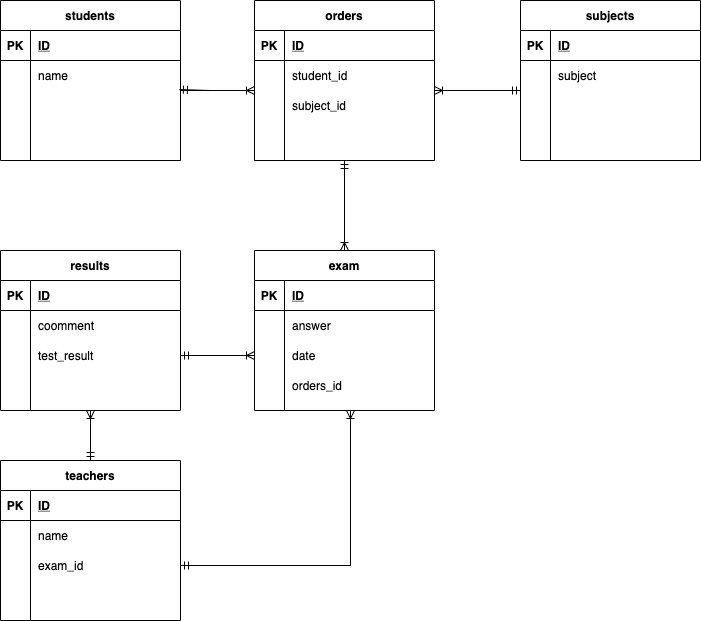
Above: index.drawio.png in sakakurahayato/2021-11-17 (draw.io), before the change. Source tidied: cells renumbered, new cells last; positions are measured from the earlier drawing's top-left corner, leaving out a move shared by most shapes.
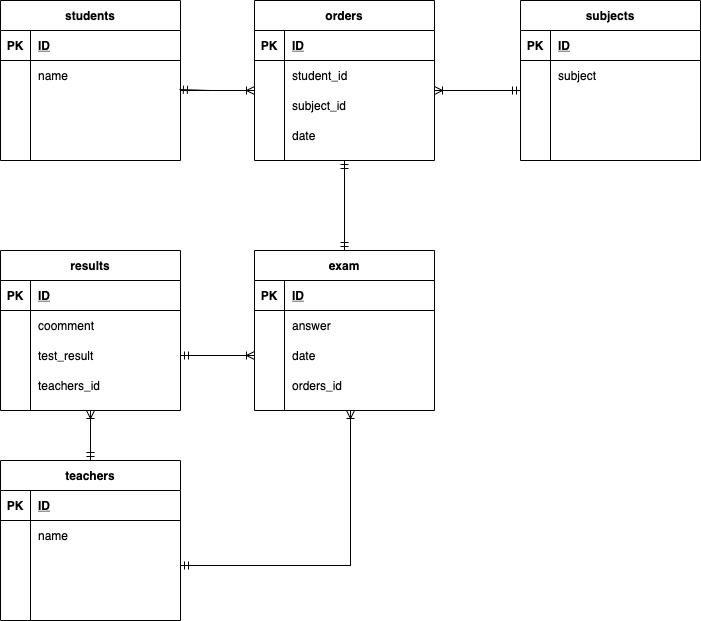
After the change.

What changed in the source:
```diff
@@ -77,7 +77,7 @@
     <mxCell id="26" style="shape=partialRectangle;fillColor=none;top=0;left=0;bottom=0;right=0;overflow=hidden;" parent="25" vertex="1">
       <mxGeometry width="30" height="30" as="geometry" />
     </mxCell>
-    <mxCell id="27" style="shape=partialRectangle;fillColor=none;top=0;left=0;bottom=0;right=0;align=left;spacingLeft=6;overflow=hidden;" parent="25" vertex="1">
+    <mxCell id="27" value="teachers_id" style="shape=partialRectangle;fillColor=none;top=0;left=0;bottom=0;right=0;align=left;spacingLeft=6;overflow=hidden;" parent="25" vertex="1">
       <mxGeometry x="30" width="150" height="30" as="geometry" />
     </mxCell>
     <mxCell id="28" value="exam" style="shape=table;startSize=30;rowLines=0;fontStyle=1;align=center;" parent="1" vertex="1">
@@ -155,7 +155,7 @@
     <mxCell id="52" style="shape=partialRectangle;fillColor=none;top=0;left=0;bottom=0;right=0;overflow=hidden;" parent="51" vertex="1">
       <mxGeometry width="30" height="30" as="geometry" />
     </mxCell>
-    <mxCell id="53" style="shape=partialRectangle;fillColor=none;top=0;left=0;bottom=0;right=0;align=left;spacingLeft=6;overflow=hidden;" parent="51" vertex="1">
+    <mxCell id="53" value="date" style="shape=partialRectangle;fillColor=none;top=0;left=0;bottom=0;right=0;align=left;spacingLeft=6;overflow=hidden;" parent="51" vertex="1">
       <mxGeometry x="30" width="150" height="30" as="geometry" />
     </mxCell>
     <mxCell id="54" style="edgeStyle=orthogonalEdgeStyle;rounded=0;jettySize=auto;html=1;endArrow=ERoneToMany;endFill=0;" parent="1" edge="1" source="9">
@@ -193,7 +193,7 @@
     <mxCell id="63" style="shape=partialRectangle;fillColor=none;top=0;left=0;bottom=0;right=0;overflow=hidden;" parent="62" vertex="1">
       <mxGeometry width="30" height="30" as="geometry" />
     </mxCell>
-    <mxCell id="64" value="exam_id" style="shape=partialRectangle;fillColor=none;top=0;left=0;bottom=0;right=0;align=left;spacingLeft=6;overflow=hidden;" parent="62" vertex="1">
+    <mxCell id="64" style="shape=partialRectangle;fillColor=none;top=0;left=0;bottom=0;right=0;align=left;spacingLeft=6;overflow=hidden;" parent="62" vertex="1">
       <mxGeometry x="30" width="150" height="30" as="geometry" />
     </mxCell>
     <mxCell id="65" style="shape=partialRectangle;fillColor=none;top=0;left=0;bottom=0;right=0;" parent="55" vertex="1">
@@ -291,13 +291,17 @@
         <mxPoint x="434" y="90" as="targetPoint" />
       </mxGeometry>
     </mxCell>
-    <mxCell id="88" style="endArrow=ERoneToMany;html=1;rounded=0;entryX=0.5;entryY=0;entryDx=0;entryDy=0;endFill=0;" parent="1" edge="1" target="28">
+    <mxCell id="88" style="endArrow=ERmandOne;html=1;rounded=0;entryX=0.5;entryY=0;entryDx=0;entryDy=0;endFill=0;" parent="1" edge="1" target="28">
       <mxGeometry relative="1" as="geometry">
         <mxPoint x="344" y="160" as="sourcePoint" />
       </mxGeometry>
     </mxCell>
     <mxCell id="89" style="endArrow=ERmandOne;html=1;rounded=0;exitX=0.5;exitY=0;exitDx=0;exitDy=0;endFill=0;entryX=0.5;entryY=1;entryDx=0;entryDy=0;" parent="1" edge="1" source="28" target="41">
-      <mxGeometry relative="1" as="geometry" />
+      <mxGeometry relative="1" as="geometry">
+        <Array as="points">
+          <mxPoint x="344" y="210" />
+        </Array>
+      </mxGeometry>
     </mxCell>
     <mxCell id="90" style="endArrow=ERmandOne;html=1;rounded=0;entryX=1;entryY=0.5;entryDx=0;entryDy=0;exitX=0;exitY=0.5;exitDx=0;exitDy=0;endFill=0;" parent="1" edge="1" source="35" target="22">
       <mxGeometry relative="1" as="geometry" />
```
